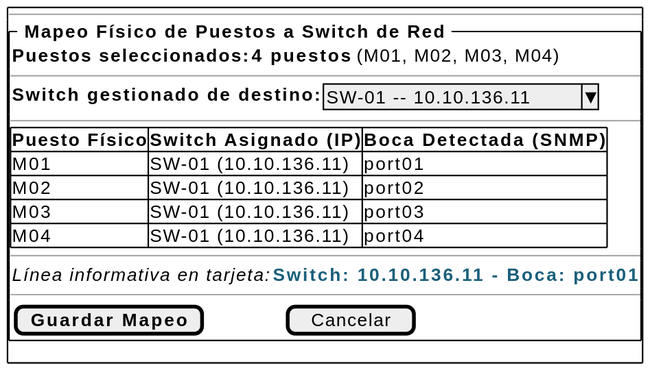
This is images/01-requisitos/01-detalle-casos-uso/asignarPuestosASwitch/wireframes.svg from Carlos-Lima2510/mesh-panel, a PlantUML export, as it was before one commit.
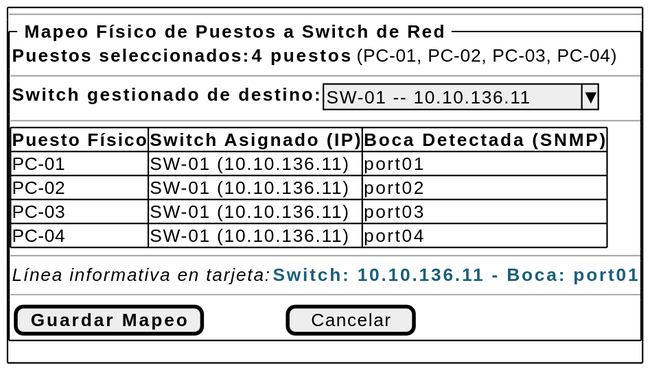
Later version of the same file.

Commit message:
feat(cu-04): programar e implementar wireframe de mapeo de puestos a switch segun RUP

What changed in the source:
```diff
@@ -5,7 +5,7 @@
   --
   {^"<b> Mapeo Físico de Puestos a Switch de Red </b>"
     {
-      <b>Puestos seleccionados:</b> | <b>4 puestos</b> (M01, M02, M03, M04)
+      <b>Puestos seleccionados:</b> | <b>4 puestos</b> (PC-01, PC-02, PC-03, PC-04)
     }
     --
     {
@@ -14,10 +14,10 @@
     --
     {#
       <b>Puesto Físico</b> | <b>Switch Asignado (IP)</b> | <b>Boca Detectada (SNMP)</b>
-      M01 | SW-01 (10.10.136.11) | port01
-      M02 | SW-01 (10.10.136.11) | port02
-      M03 | SW-01 (10.10.136.11) | port03
-      M04 | SW-01 (10.10.136.11) | port04
+      PC-01 | SW-01 (10.10.136.11) | port01
+      PC-02 | SW-01 (10.10.136.11) | port02
+      PC-03 | SW-01 (10.10.136.11) | port03
+      PC-04 | SW-01 (10.10.136.11) | port04
     }
     --
     {
```
